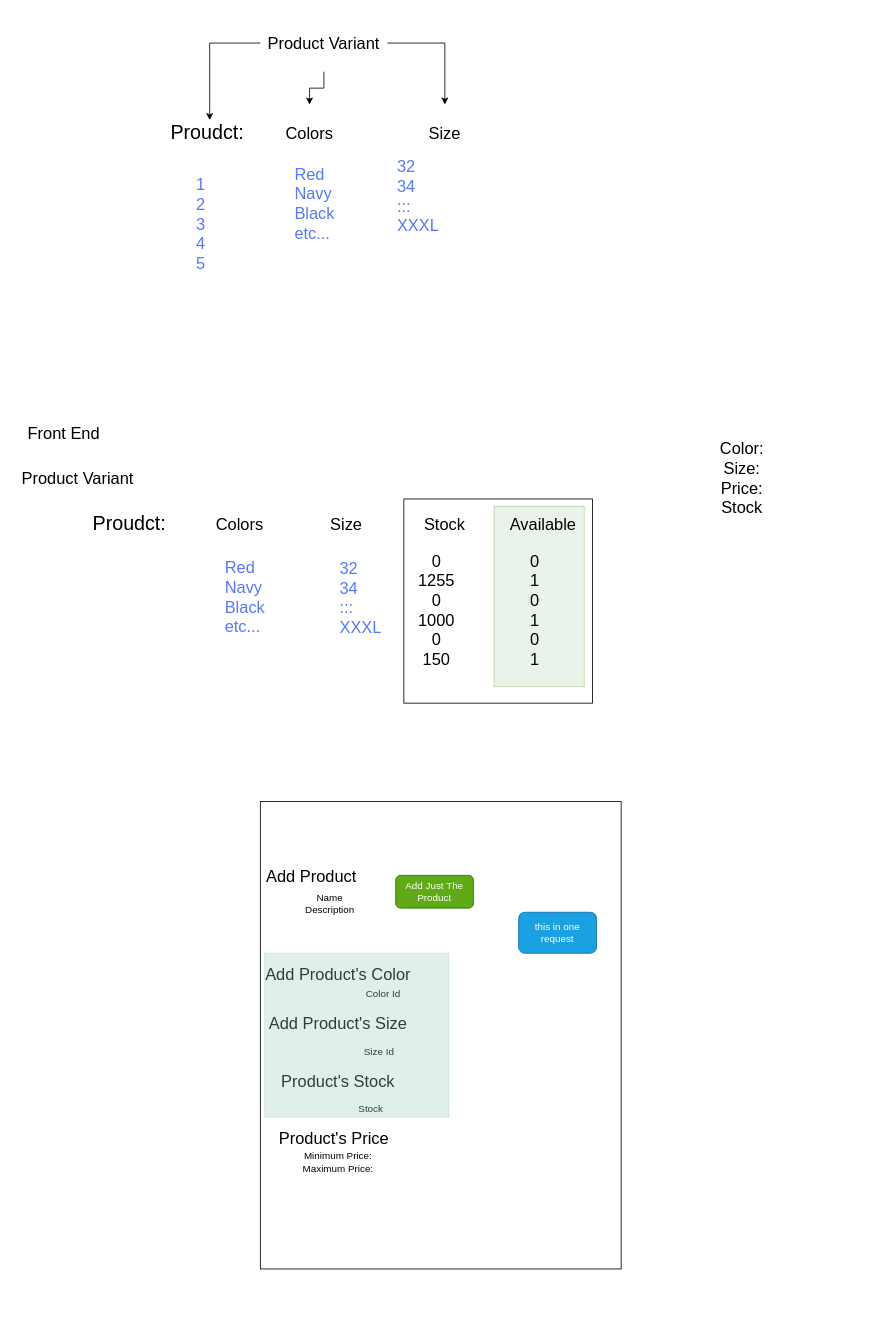
Before: page "Adding Product Feature" (5 of 5) of Kemet.drawio in MustaphaAlaa/Kemet, a draw.io diagram. Source tidied: cells renumbered, new cells numbered last; positions are measured from the earlier drawing's top-left corner, leaving out a move shared by most shapes. Both pictures are drawn from the tidied source at 82%, with x=0, y=0 at pixel (14, 14).
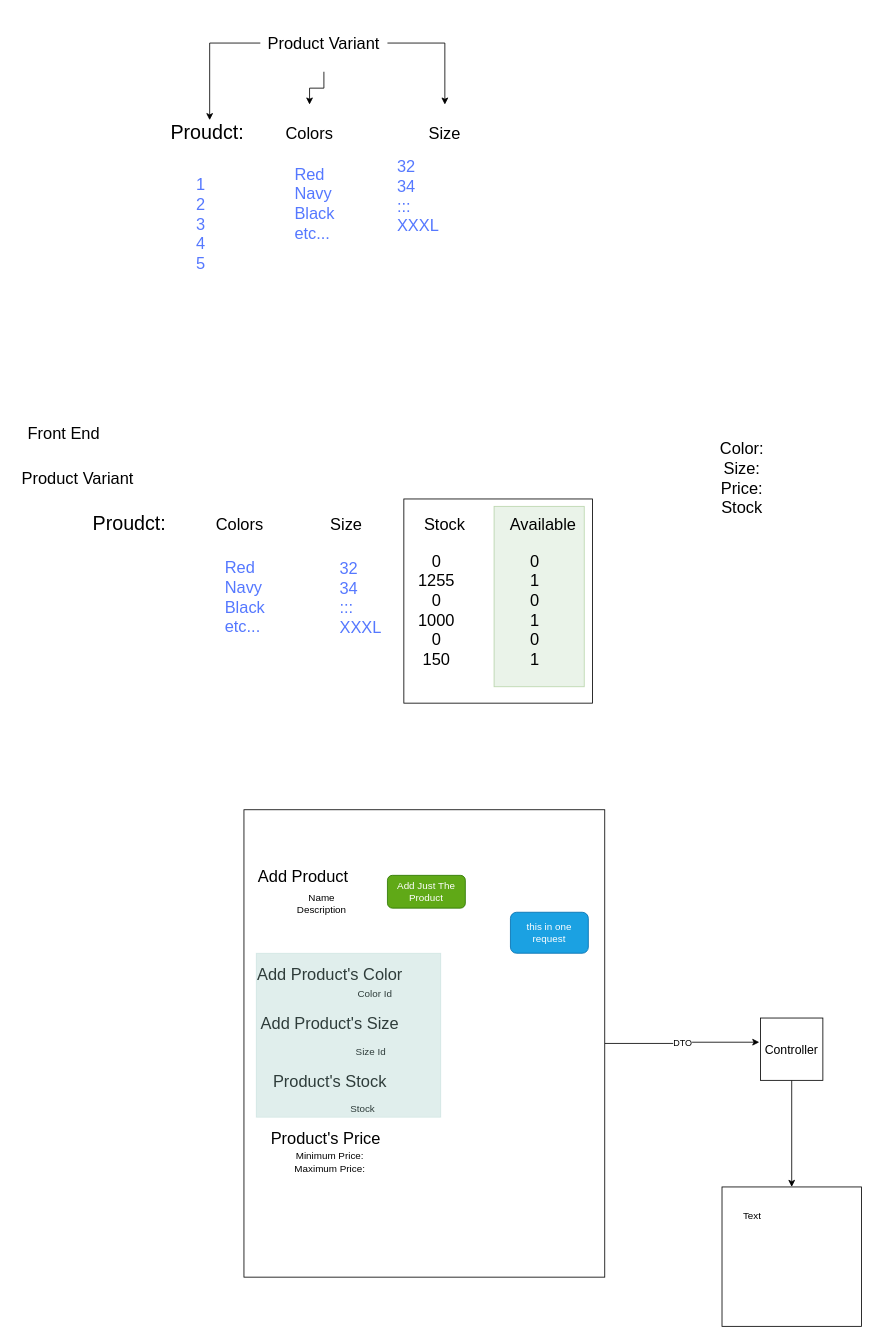
The same diagram, later.

What changed in the source:
```diff
@@
+    <mxCell id="40" style="edgeStyle=orthogonalEdgeStyle;rounded=0;jettySize=auto;html=1;" parent="1" edge="1" source="41" target="44">
+      <mxGeometry relative="1" as="geometry" />
+    </mxCell>
+    <mxCell id="41" value="Controller" style="whiteSpace=wrap;html=1;fontSize=15;" parent="1" vertex="1">
+      <mxGeometry x="910" y="1224" width="76" height="76" as="geometry" />
+    </mxCell>
+    <mxCell id="42" value="DTO" style="edgeStyle=orthogonalEdgeStyle;rounded=0;jettySize=auto;html=1;entryX=-0.02;entryY=0.388;entryDx=0;entryDy=0;entryPerimeter=0;" parent="1" edge="1" source="26" target="41">
+      <mxGeometry relative="1" as="geometry" />
+    </mxCell>
+    <mxCell id="43" style="group;" parent="1" vertex="1">
+      <mxGeometry x="280" y="970" width="440" height="570" as="geometry" />
+    </mxCell>
-    <mxCell id="26" style="rounded=0;whiteSpace=wrap;html=1;" parent="1" vertex="1">
-      <mxGeometry x="300" y="960" width="440" height="570" as="geometry" />
+    <mxCell id="26" style="rounded=0;whiteSpace=wrap;html=1;" parent="43" vertex="1">
+      <mxGeometry width="440" height="570" as="geometry" />
     </mxCell>
-    <mxCell id="27" value="&lt;span style=&quot;font-size: 20px;&quot;&gt;Add Product&lt;/span&gt;" style="text;html=1;align=center;verticalAlign=middle;whiteSpace=wrap;rounded=0;" parent="1" vertex="1">
-      <mxGeometry x="305" y="1020" width="115" height="60" as="geometry" />
+    <mxCell id="27" value="&lt;span style=&quot;font-size: 20px;&quot;&gt;Add Product&lt;/span&gt;" style="text;html=1;align=center;verticalAlign=middle;whiteSpace=wrap;rounded=0;" parent="43" vertex="1">
+      <mxGeometry x="15" y="50" width="115" height="60" as="geometry" />
     </mxCell>
-    <mxCell id="28" value="Name&lt;br&gt;Description" style="text;html=1;align=center;verticalAlign=middle;whiteSpace=wrap;rounded=0;" parent="1" vertex="1">
-      <mxGeometry x="355" y="1070" width="60" height="30" as="geometry" />
+    <mxCell id="28" value="Name&lt;br&gt;Description" style="text;html=1;align=center;verticalAlign=middle;whiteSpace=wrap;rounded=0;" parent="43" vertex="1">
+      <mxGeometry x="65" y="100" width="60" height="30" as="geometry" />
     </mxCell>
-    <mxCell id="29" value="&lt;span style=&quot;font-size: 20px;&quot;&gt;Add Product's Color&lt;/span&gt;" style="text;html=1;align=center;verticalAlign=middle;whiteSpace=wrap;rounded=0;" parent="1" vertex="1">
-      <mxGeometry x="300" y="1140" width="190" height="60" as="geometry" />
+    <mxCell id="29" value="&lt;span style=&quot;font-size: 20px;&quot;&gt;Add Product's Color&lt;/span&gt;" style="text;html=1;align=center;verticalAlign=middle;whiteSpace=wrap;rounded=0;" parent="43" vertex="1">
+      <mxGeometry x="10" y="170" width="190" height="60" as="geometry" />
     </mxCell>
-    <mxCell id="30" value="Color Id" style="text;html=1;align=center;verticalAlign=middle;whiteSpace=wrap;rounded=0;" parent="1" vertex="1">
-      <mxGeometry x="420" y="1180" width="60" height="30" as="geometry" />
+    <mxCell id="30" value="Color Id" style="text;html=1;align=center;verticalAlign=middle;whiteSpace=wrap;rounded=0;" parent="43" vertex="1">
+      <mxGeometry x="130" y="210" width="60" height="30" as="geometry" />
     </mxCell>
-    <mxCell id="31" value="&lt;span style=&quot;font-size: 20px;&quot;&gt;Add Product's Size&lt;/span&gt;" style="text;html=1;align=center;verticalAlign=middle;whiteSpace=wrap;rounded=0;" parent="1" vertex="1">
-      <mxGeometry x="305" y="1210" width="180" height="40" as="geometry" />
+    <mxCell id="31" value="&lt;span style=&quot;font-size: 20px;&quot;&gt;Add Product's Size&lt;/span&gt;" style="text;html=1;align=center;verticalAlign=middle;whiteSpace=wrap;rounded=0;" parent="43" vertex="1">
+      <mxGeometry x="15" y="240" width="180" height="40" as="geometry" />
     </mxCell>
-    <mxCell id="32" value="Size Id" style="text;html=1;align=center;verticalAlign=middle;whiteSpace=wrap;rounded=0;" parent="1" vertex="1">
-      <mxGeometry x="415" y="1250" width="60" height="30" as="geometry" />
+    <mxCell id="32" value="Size Id" style="text;html=1;align=center;verticalAlign=middle;whiteSpace=wrap;rounded=0;" parent="43" vertex="1">
+      <mxGeometry x="125" y="280" width="60" height="30" as="geometry" />
     </mxCell>
-    <mxCell id="33" value="&lt;span style=&quot;font-size: 20px;&quot;&gt;Product's Stock&lt;/span&gt;" style="text;html=1;align=center;verticalAlign=middle;whiteSpace=wrap;rounded=0;" parent="1" vertex="1">
-      <mxGeometry x="305" y="1280" width="180" height="40" as="geometry" />
+    <mxCell id="33" value="&lt;span style=&quot;font-size: 20px;&quot;&gt;Product's Stock&lt;/span&gt;" style="text;html=1;align=center;verticalAlign=middle;whiteSpace=wrap;rounded=0;" parent="43" vertex="1">
+      <mxGeometry x="15" y="310" width="180" height="40" as="geometry" />
     </mxCell>
-    <mxCell id="34" value="Stock" style="text;html=1;align=center;verticalAlign=middle;whiteSpace=wrap;rounded=0;" parent="1" vertex="1">
-      <mxGeometry x="405" y="1320" width="60" height="30" as="geometry" />
+    <mxCell id="34" value="Stock" style="text;html=1;align=center;verticalAlign=middle;whiteSpace=wrap;rounded=0;" parent="43" vertex="1">
+      <mxGeometry x="115" y="350" width="60" height="30" as="geometry" />
     </mxCell>
-    <mxCell id="35" value="&lt;span style=&quot;font-size: 20px;&quot;&gt;Product's Price&lt;/span&gt;" style="text;html=1;align=center;verticalAlign=middle;whiteSpace=wrap;rounded=0;" parent="1" vertex="1">
-      <mxGeometry x="300" y="1350" width="180" height="40" as="geometry" />
+    <mxCell id="35" value="&lt;span style=&quot;font-size: 20px;&quot;&gt;Product's Price&lt;/span&gt;" style="text;html=1;align=center;verticalAlign=middle;whiteSpace=wrap;rounded=0;" parent="43" vertex="1">
+      <mxGeometry x="10" y="380" width="180" height="40" as="geometry" />
     </mxCell>
-    <mxCell id="36" value="Minimum Price:&lt;br&gt;Maximum Price:" style="text;html=1;align=center;verticalAlign=middle;whiteSpace=wrap;rounded=0;" parent="1" vertex="1">
-      <mxGeometry x="335" y="1380" width="120" height="40" as="geometry" />
+    <mxCell id="36" value="Minimum Price:&lt;br&gt;Maximum Price:" style="text;html=1;align=center;verticalAlign=middle;whiteSpace=wrap;rounded=0;" parent="43" vertex="1">
+      <mxGeometry x="45" y="410" width="120" height="40" as="geometry" />
     </mxCell>
-    <mxCell id="37" value="this in one request" style="rounded=1;whiteSpace=wrap;html=1;fillColor=#1ba1e2;fontColor=#ffffff;strokeColor=#006EAF;" parent="1" vertex="1">
-      <mxGeometry x="615" y="1095" width="95" height="50" as="geometry" />
+    <mxCell id="37" value="this in one request" style="rounded=1;whiteSpace=wrap;html=1;fillColor=#1ba1e2;fontColor=#ffffff;strokeColor=#006EAF;" parent="43" vertex="1">
+      <mxGeometry x="325" y="125" width="95" height="50" as="geometry" />
     </mxCell>
-    <mxCell id="38" value="Add Just The Product" style="rounded=1;whiteSpace=wrap;html=1;fillColor=#60a917;fontColor=#ffffff;strokeColor=#2D7600;" parent="1" vertex="1">
-      <mxGeometry x="465" y="1050" width="95" height="40" as="geometry" />
+    <mxCell id="38" value="Add Just The Product" style="rounded=1;whiteSpace=wrap;html=1;fillColor=#60a917;fontColor=#ffffff;strokeColor=#2D7600;" parent="43" vertex="1">
+      <mxGeometry x="175" y="80" width="95" height="40" as="geometry" />
     </mxCell>
-    <mxCell id="39" style="rounded=0;whiteSpace=wrap;html=1;fillStyle=solid;strokeColor=#9AC7BF;fillColor=#9AC7BF;opacity=30;" parent="1" vertex="1">
-      <mxGeometry x="305" y="1145" width="225" height="200" as="geometry" />
+    <mxCell id="39" style="rounded=0;whiteSpace=wrap;html=1;fillStyle=solid;strokeColor=#9AC7BF;fillColor=#9AC7BF;opacity=30;" parent="43" vertex="1">
+      <mxGeometry x="15" y="175" width="225" height="200" as="geometry" />
     </mxCell>
+    <mxCell id="44" style="whiteSpace=wrap;html=1;fontSize=15;" parent="1" vertex="1">
+      <mxGeometry x="863" y="1430" width="170" height="170" as="geometry" />
+    </mxCell>
+    <mxCell id="45" value="Text" style="text;html=1;align=center;verticalAlign=middle;whiteSpace=wrap;rounded=0;" parent="1" vertex="1">
+      <mxGeometry x="870" y="1450" width="60" height="30" as="geometry" />
+    </mxCell>
```
